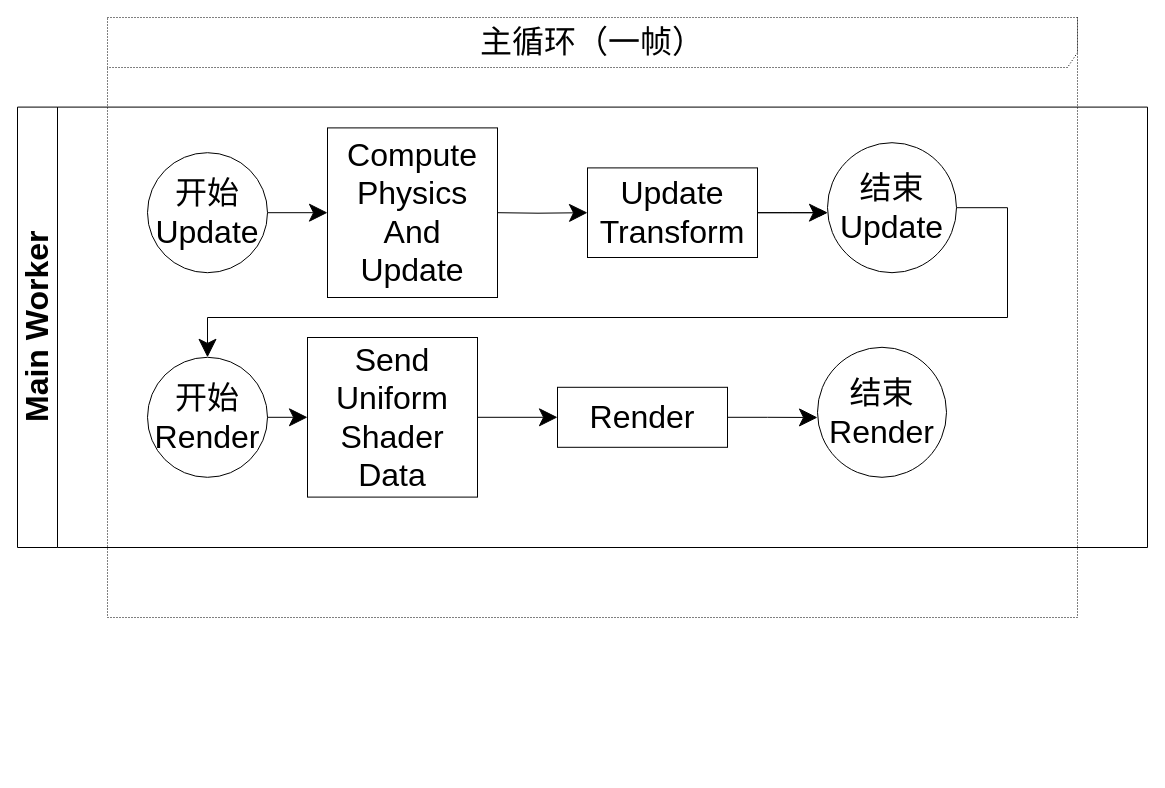
This is packages/多线程模式/story_before/主循环（一帧）流程图.drawio from yyc-git/3DProgramPattern, a draw.io file, before an edit. Source tidied: cells renumbered, new cells numbered last; positions are measured from the earlier drawing's top-left corner, leaving out a move shared by most shapes. Both pictures are drawn from the tidied source at 100%, with x=0, y=0 at pixel (17, 17).
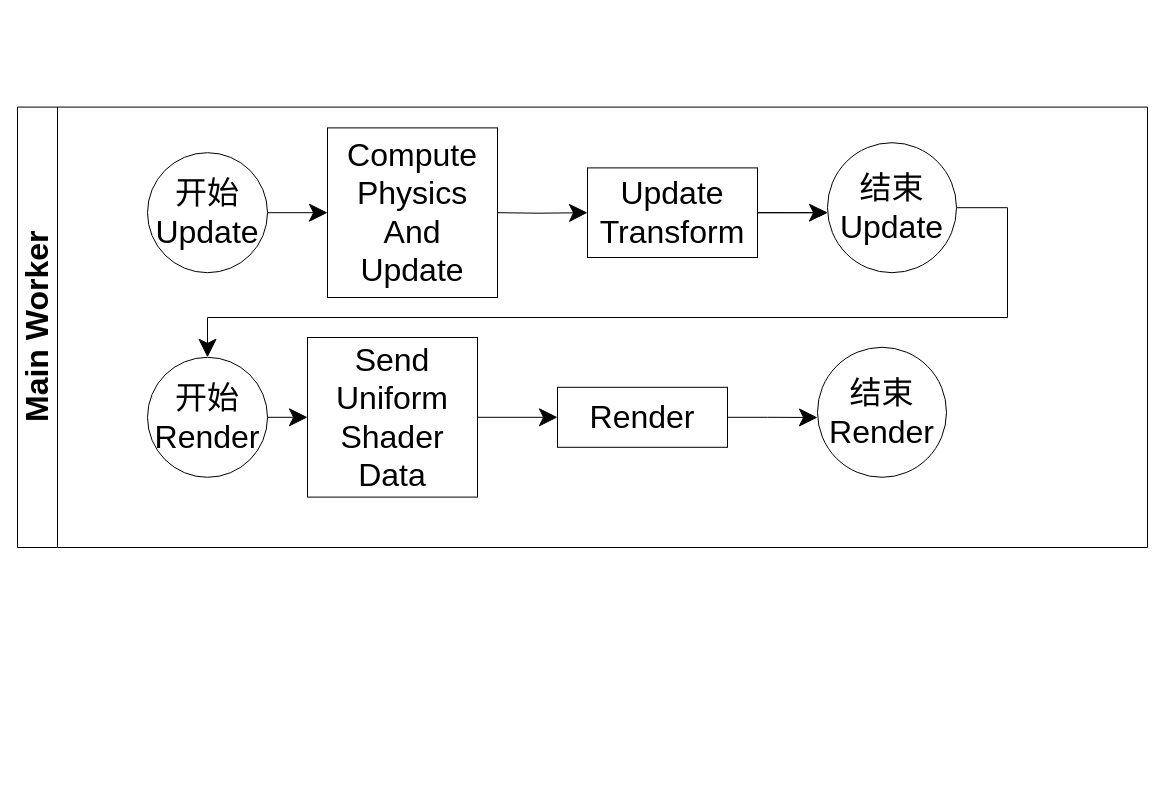
Above is the later version.

Diff of the diagram source:
```diff
@@
-    <mxCell id="4" value="&lt;font style=&quot;font-size: 32px&quot;&gt;主循环（一帧）&lt;/font&gt;" style="shape=umlFrame;whiteSpace=wrap;html=1;width=1240;height=50;fontSize=22;dashed=1;dashPattern=1 2;" parent="1" vertex="1">
-      <mxGeometry x="90" width="970" height="600" as="geometry" />
-    </mxCell>
```
